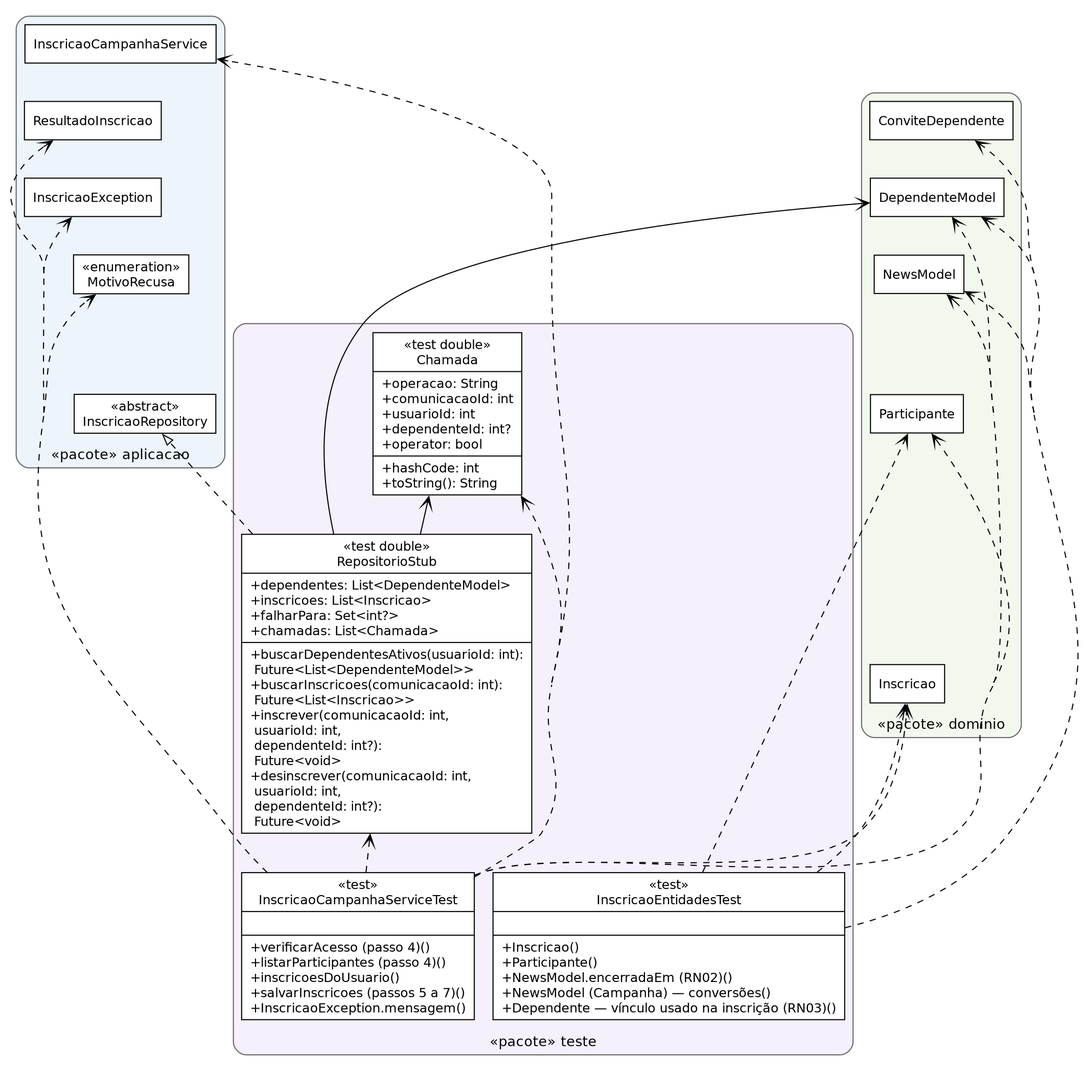
This is qualidade/relatorios/classes-c-teste.png from Conecta-Vida/Conecta-Vida-Mobile, a Graphviz export, as it was before one commit. Its source is kept beside it as qualidade/relatorios/classes-c-teste.dot. Source of this version:
```dot
digraph classes {
rankdir=BT; nodesep=0.25; ranksep=0.5; pad=0.1; concentrate=true;
node [shape=record, fontname="DejaVu Sans", fontsize=12, style=filled, fillcolor="#ffffff"];
edge [fontname="DejaVu Sans", fontsize=11];
subgraph cluster_0 { label="«pacote» aplicacao"; style="rounded,filled"; fillcolor="#eef4fb"; color=gray40; fontname="DejaVu Sans"; fontsize=13; labelloc=t;
  InscricaoRepository [shape=box, label="«abstract»\nInscricaoRepository"];
  MotivoRecusa [shape=box, label="«enumeration»\nMotivoRecusa"];
  InscricaoException [shape=box, label="InscricaoException"];
  ResultadoInscricao [shape=box, label="ResultadoInscricao"];
  InscricaoCampanhaService [shape=box, label="InscricaoCampanhaService"];
}
subgraph cluster_1 { label="«pacote» dominio"; style="rounded,filled"; fillcolor="#f2f8ee"; color=gray40; fontname="DejaVu Sans"; fontsize=13; labelloc=t;
  Inscricao [shape=box, label="Inscricao"];
  Participante [shape=box, label="Participante"];
  NewsModel [shape=box, label="NewsModel"];
  DependenteModel [shape=box, label="DependenteModel"];
  ConviteDependente [shape=box, label="ConviteDependente"];
}
subgraph cluster_2 { label="«pacote» teste"; style="rounded,filled"; fillcolor="#f5f0fb"; color=gray40; fontname="DejaVu Sans"; fontsize=13; labelloc=t;
  Chamada [label="{«test double»\nChamada|+operacao: String\l+comunicacaoId: int\l+usuarioId: int\l+dependenteId: int?\l+operator: bool\l|+hashCode: int\l+toString(): String\l}"];
  RepositorioStub [label="{«test double»\nRepositorioStub|+dependentes: List&lt;DependenteModel&gt;\l+inscricoes: List&lt;Inscricao&gt;\l+falharPara: Set&lt;int?&gt;\l+chamadas: List&lt;Chamada&gt;\l|+buscarDependentesAtivos(usuarioId: int):\l      Future&lt;List&lt;DependenteModel&gt;&gt;\l+buscarInscricoes(comunicacaoId: int):\l      Future&lt;List&lt;Inscricao&gt;&gt;\l+inscrever(comunicacaoId: int,\l      usuarioId: int,\l      dependenteId: int?):\l      Future&lt;void&gt;\l+desinscrever(comunicacaoId: int,\l      usuarioId: int,\l      dependenteId: int?):\l      Future&lt;void&gt;\l}"];
  InscricaoCampanhaServiceTest [label="{«test»\nInscricaoCampanhaServiceTest||+verificarAcesso (passo 4)()\l+listarParticipantes (passo 4)()\l+inscricoesDoUsuario()\l+salvarInscricoes (passos 5 a 7)()\l+InscricaoException.mensagem()\l}"];
  InscricaoEntidadesTest [label="{«test»\nInscricaoEntidadesTest||+Inscricao()\l+Participante()\l+NewsModel.encerradaEm (RN02)()\l+NewsModel (Campanha) — conversões()\l+Dependente — vínculo usado na inscrição (RN03)()\l}"];
}
  InscricaoRepository -> MotivoRecusa [style=invis];
  MotivoRecusa -> InscricaoException [style=invis];
  InscricaoException -> ResultadoInscricao [style=invis];
  ResultadoInscricao -> InscricaoCampanhaService [style=invis];
  Inscricao -> Participante [style=invis];
  Participante -> NewsModel [style=invis];
  NewsModel -> DependenteModel [style=invis];
  DependenteModel -> ConviteDependente [style=invis];
  InscricaoCampanhaServiceTest -> Chamada [arrowhead=vee, style=dashed];
  InscricaoCampanhaServiceTest -> DependenteModel [arrowhead=vee, style=dashed];
  InscricaoCampanhaServiceTest -> Inscricao [arrowhead=vee, style=dashed];
  InscricaoCampanhaServiceTest -> InscricaoCampanhaService [arrowhead=vee, style=dashed];
  InscricaoCampanhaServiceTest -> InscricaoException [arrowhead=vee, style=dashed];
  InscricaoCampanhaServiceTest -> MotivoRecusa [arrowhead=vee, style=dashed];
  InscricaoCampanhaServiceTest -> NewsModel [arrowhead=vee, style=dashed];
  InscricaoCampanhaServiceTest -> Participante [arrowhead=vee, style=dashed];
  InscricaoCampanhaServiceTest -> RepositorioStub [arrowhead=vee, style=dashed];
  InscricaoCampanhaServiceTest -> ResultadoInscricao [arrowhead=vee, style=dashed];
  InscricaoEntidadesTest -> ConviteDependente [arrowhead=vee, style=dashed];
  InscricaoEntidadesTest -> DependenteModel [arrowhead=vee, style=dashed];
  InscricaoEntidadesTest -> Inscricao [arrowhead=vee, style=dashed];
  InscricaoEntidadesTest -> NewsModel [arrowhead=vee, style=dashed];
  InscricaoEntidadesTest -> Participante [arrowhead=vee, style=dashed];
  RepositorioStub -> Chamada [arrowhead=vee];
  RepositorioStub -> DependenteModel [arrowhead=vee];
  RepositorioStub -> Inscricao [arrowhead=vee];
  RepositorioStub -> InscricaoRepository [arrowhead=empty, style=dashed];
}
```
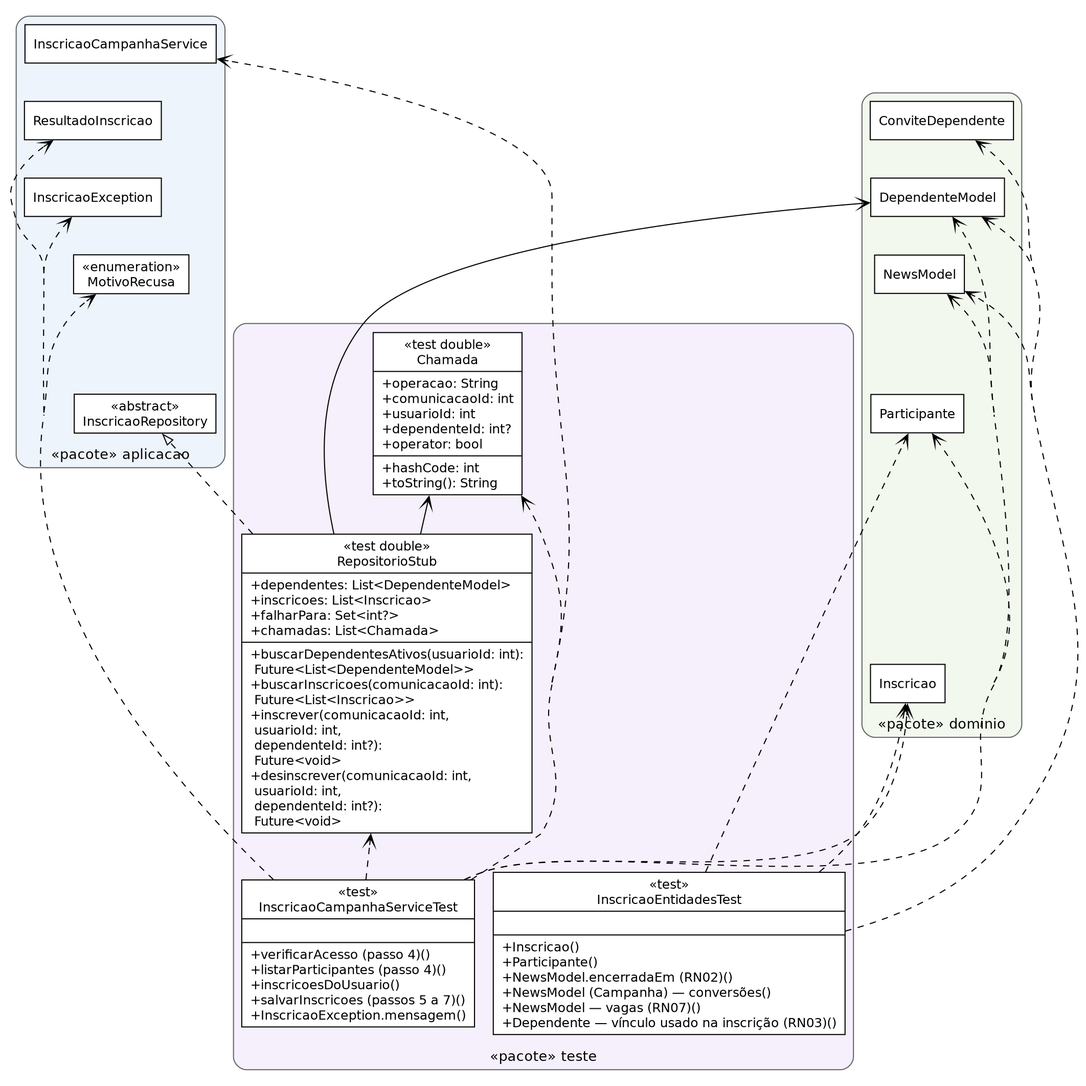
Above is the later version.

What changed in the source:
```diff
@@ -20,7 +20,7 @@
   Chamada [label="{«test double»\nChamada|+operacao: String\l+comunicacaoId: int\l+usuarioId: int\l+dependenteId: int?\l+operator: bool\l|+hashCode: int\l+toString(): String\l}"];
   RepositorioStub [label="{«test double»\nRepositorioStub|+dependentes: List&lt;DependenteModel&gt;\l+inscricoes: List&lt;Inscricao&gt;\l+falharPara: Set&lt;int?&gt;\l+chamadas: List&lt;Chamada&gt;\l|+buscarDependentesAtivos(usuarioId: int):\l      Future&lt;List&lt;DependenteModel&gt;&gt;\l+buscarInscricoes(comunicacaoId: int):\l      Future&lt;List&lt;Inscricao&gt;&gt;\l+inscrever(comunicacaoId: int,\l      usuarioId: int,\l      dependenteId: int?):\l      Future&lt;void&gt;\l+desinscrever(comunicacaoId: int,\l      usuarioId: int,\l      dependenteId: int?):\l      Future&lt;void&gt;\l}"];
   InscricaoCampanhaServiceTest [label="{«test»\nInscricaoCampanhaServiceTest||+verificarAcesso (passo 4)()\l+listarParticipantes (passo 4)()\l+inscricoesDoUsuario()\l+salvarInscricoes (passos 5 a 7)()\l+InscricaoException.mensagem()\l}"];
-  InscricaoEntidadesTest [label="{«test»\nInscricaoEntidadesTest||+Inscricao()\l+Participante()\l+NewsModel.encerradaEm (RN02)()\l+NewsModel (Campanha) — conversões()\l+Dependente — vínculo usado na inscrição (RN03)()\l}"];
+  InscricaoEntidadesTest [label="{«test»\nInscricaoEntidadesTest||+Inscricao()\l+Participante()\l+NewsModel.encerradaEm (RN02)()\l+NewsModel (Campanha) — conversões()\l+NewsModel — vagas (RN07)()\l+Dependente — vínculo usado na inscrição (RN03)()\l}"];
 }
   InscricaoRepository -> MotivoRecusa [style=invis];
   MotivoRecusa -> InscricaoException [style=invis];
```
